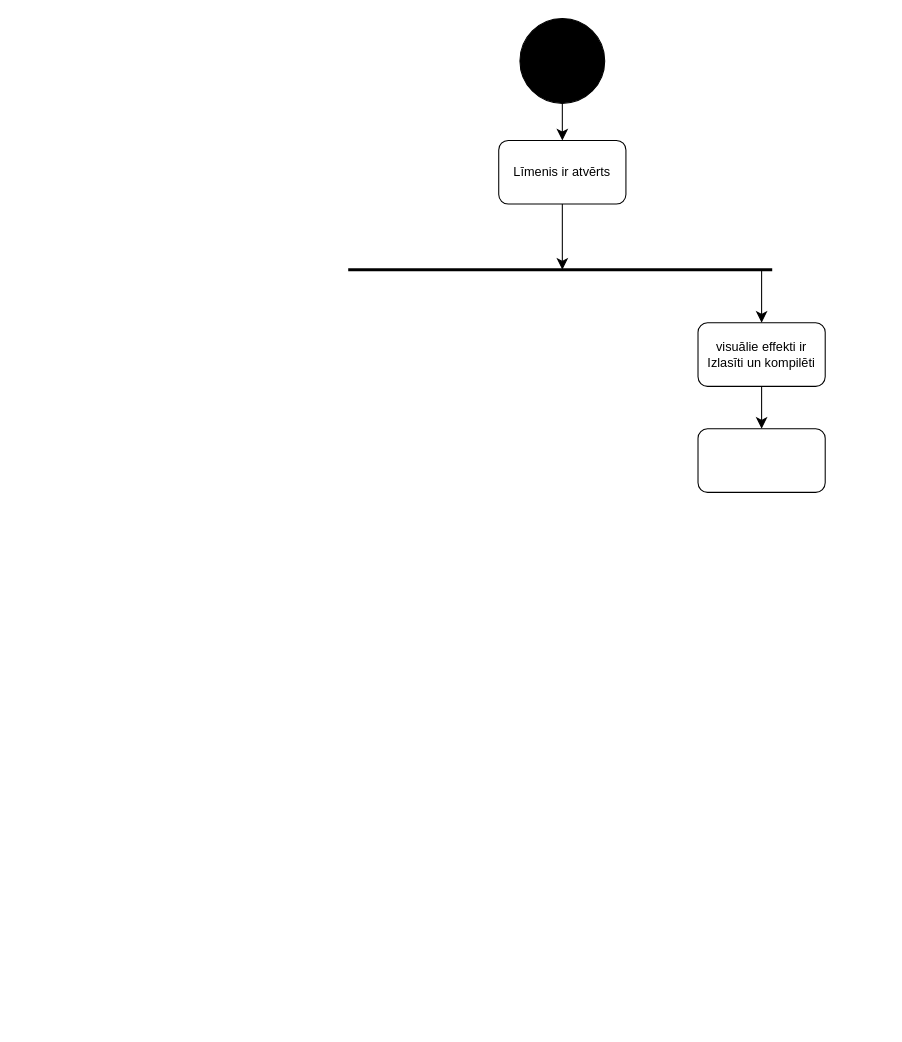
The draw.io diagram Documentation/state diagram Gameplay.drawio in kaaaaaaaaaaarl/CyberShock, before the edit. Source tidied: cells renumbered, new cells numbered last; positions are measured from the earlier drawing's top-left corner, leaving out a move shared by most shapes. Both pictures are drawn from the tidied source at 106%, with x=0, y=0 at pixel (348, 18).
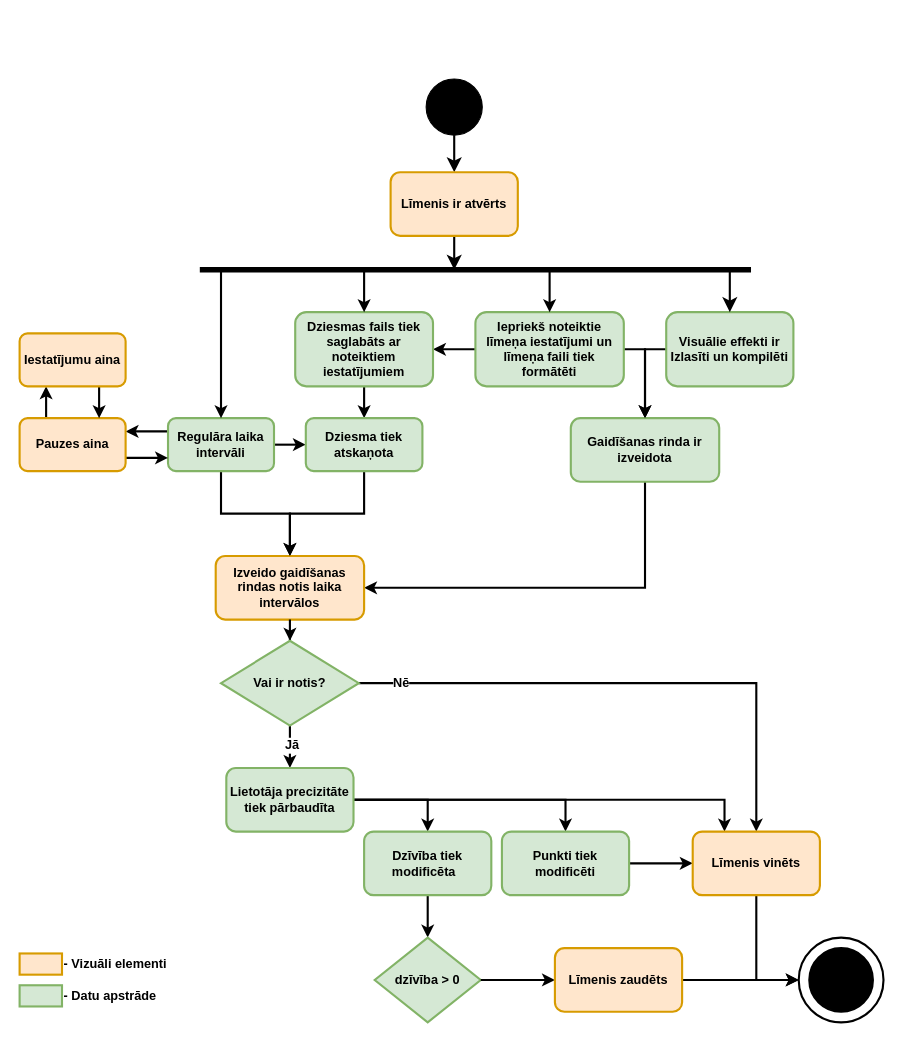
The same diagram, later.

Diff of the diagram source:
```diff
@@
-    <mxCell id="2" style="edgeStyle=none;curved=1;rounded=0;jettySize=auto;html=1;exitX=0.5;exitY=1;exitDx=0;exitDy=0;fontSize=12;startSize=8;endSize=8;" parent="1" edge="1" source="3" target="5">
+    <mxCell id="2" style="edgeStyle=none;rounded=1;jettySize=auto;html=1;exitX=0.5;exitY=1;exitDx=0;exitDy=0;fontSize=12;startSize=8;endSize=8;strokeColor=default;strokeWidth=2;align=center;verticalAlign=middle;fontFamily=Helvetica;fontColor=default;fontStyle=1;fillColor=default;" parent="1" edge="1" source="3" target="5">
       <mxGeometry relative="1" as="geometry" />
     </mxCell>
     <mxCell id="3" style="ellipse;whiteSpace=wrap;html=1;fillColor=#000000;" parent="1" vertex="1">
-      <mxGeometry x="162" width="80" height="80" as="geometry" />
+      <mxGeometry x="73.5" y="57" width="53" height="53" as="geometry" />
     </mxCell>
-    <mxCell id="4" style="edgeStyle=none;curved=1;rounded=0;jettySize=auto;html=1;exitX=0.5;exitY=1;exitDx=0;exitDy=0;fontSize=12;startSize=8;endSize=8;" parent="1" edge="1" source="5">
+    <mxCell id="4" style="edgeStyle=none;rounded=1;jettySize=auto;html=1;exitX=0.5;exitY=1;exitDx=0;exitDy=0;fontSize=12;startSize=8;endSize=8;strokeColor=default;strokeWidth=2;align=center;verticalAlign=middle;fontFamily=Helvetica;fontColor=default;fontStyle=1;fillColor=default;" parent="1" edge="1" source="5">
       <mxGeometry relative="1" as="geometry">
-        <mxPoint x="202" y="237" as="targetPoint" />
+        <mxPoint x="100" y="237" as="targetPoint" />
       </mxGeometry>
     </mxCell>
-    <mxCell id="5" value="Līmenis ir atvērts" style="rounded=1;whiteSpace=wrap;html=1;" parent="1" vertex="1">
-      <mxGeometry x="142" y="115" width="120" height="60" as="geometry" />
+    <mxCell id="5" value="Līmenis ir atvērts" style="rounded=1;whiteSpace=wrap;html=1;strokeWidth=2;fontStyle=1;strokeColor=#d79b00;align=center;verticalAlign=middle;fontFamily=Helvetica;fontSize=12;fontColor=default;fillColor=#ffe6cc;labelBackgroundColor=none;" parent="1" vertex="1">
+      <mxGeometry x="40" y="145" width="120" height="60" as="geometry" />
     </mxCell>
-    <mxCell id="6" style="endArrow=none;html=1;rounded=0;fontSize=12;startSize=8;endSize=8;curved=1;strokeWidth=3;" parent="1" edge="1">
+    <mxCell id="6" style="endArrow=none;html=1;rounded=0;fontSize=12;startSize=8;endSize=8;curved=1;strokeWidth=5;" parent="1" edge="1">
       <mxGeometry relative="1" as="geometry">
-        <mxPoint y="237" as="sourcePoint" />
-        <mxPoint x="400" y="237" as="targetPoint" />
+        <mxPoint x="-140" y="237" as="sourcePoint" />
+        <mxPoint x="380" y="237" as="targetPoint" />
       </mxGeometry>
     </mxCell>
-    <mxCell id="7" style="edgeStyle=none;curved=1;rounded=0;jettySize=auto;html=1;exitX=0.5;exitY=1;exitDx=0;exitDy=0;entryX=0.5;entryY=0;entryDx=0;entryDy=0;fontSize=12;startSize=8;endSize=8;" parent="1" edge="1" source="8" target="10">
-      <mxGeometry relative="1" as="geometry" />
-    </mxCell>
+    <mxCell id="11" style="edgeStyle=orthogonalEdgeStyle;rounded=0;jettySize=auto;html=1;exitX=0;exitY=0.5;exitDx=0;exitDy=0;strokeColor=default;strokeWidth=2;align=center;verticalAlign=middle;fontFamily=Helvetica;fontSize=12;fontColor=default;fontStyle=1;labelBackgroundColor=default;endArrow=classic;" parent="1" edge="1" source="8" target="13">
+      <mxGeometry relative="1" as="geometry" />
+    </mxCell>
-    <mxCell id="8" value="visuālie effekti ir Izlasīti un kompilēti" style="rounded=1;whiteSpace=wrap;html=1;" parent="1" vertex="1">
-      <mxGeometry x="330" y="287" width="120" height="60" as="geometry" />
+    <mxCell id="8" value="Visuālie effekti ir Izlasīti un kompilēti" style="rounded=1;whiteSpace=wrap;html=1;strokeColor=#82b366;strokeWidth=2;align=center;verticalAlign=middle;fontFamily=Helvetica;fontSize=12;fontColor=default;fontStyle=1;fillColor=#d5e8d4;labelBackgroundColor=none;" parent="1" vertex="1">
+      <mxGeometry x="300" y="277" width="120" height="70" as="geometry" />
     </mxCell>
-    <mxCell id="9" style="endArrow=classic;html=1;rounded=0;fontSize=12;startSize=8;endSize=8;curved=1;entryX=0.5;entryY=0;entryDx=0;entryDy=0;" parent="1" edge="1" target="8">
+    <mxCell id="9" style="endArrow=classic;html=1;rounded=1;fontSize=12;startSize=8;endSize=8;entryX=0.5;entryY=0;entryDx=0;entryDy=0;strokeColor=default;strokeWidth=2;align=center;verticalAlign=middle;fontFamily=Helvetica;fontColor=default;fontStyle=1;fillColor=default;" parent="1" edge="1" target="8">
       <mxGeometry relative="1" as="geometry">
-        <mxPoint x="390" y="237" as="sourcePoint" />
+        <mxPoint x="360" y="237" as="sourcePoint" />
       </mxGeometry>
     </mxCell>
-    <mxCell id="10" style="rounded=1;whiteSpace=wrap;html=1;" parent="1" vertex="1">
-      <mxGeometry x="330" y="387" width="120" height="60" as="geometry" />
-    </mxCell>
+    <mxCell id="12" style="edgeStyle=orthogonalEdgeStyle;rounded=0;jettySize=auto;html=1;exitX=0.5;exitY=1;exitDx=0;exitDy=0;strokeColor=default;strokeWidth=2;align=center;verticalAlign=middle;fontFamily=Helvetica;fontSize=12;fontColor=default;fontStyle=1;labelBackgroundColor=default;endArrow=classic;entryX=1;entryY=0.5;entryDx=0;entryDy=0;" parent="1" edge="1" source="13" target="27">
+      <mxGeometry relative="1" as="geometry" />
+    </mxCell>
+    <mxCell id="13" value="Gaidīšanas rinda ir izveidota" style="rounded=1;whiteSpace=wrap;html=1;strokeColor=#82b366;strokeWidth=2;align=center;verticalAlign=middle;fontFamily=Helvetica;fontSize=12;fontColor=default;fontStyle=1;fillColor=#d5e8d4;labelBackgroundColor=none;" parent="1" vertex="1">
+      <mxGeometry x="210" y="377" width="140" height="60" as="geometry" />
+    </mxCell>
+    <mxCell id="14" style="edgeStyle=orthogonalEdgeStyle;rounded=0;jettySize=auto;html=1;exitX=1;exitY=0.5;exitDx=0;exitDy=0;strokeColor=default;strokeWidth=2;align=center;verticalAlign=middle;fontFamily=Helvetica;fontSize=12;fontColor=default;fontStyle=1;labelBackgroundColor=default;endArrow=classic;" parent="1" edge="1" source="16" target="13">
+      <mxGeometry relative="1" as="geometry" />
+    </mxCell>
+    <mxCell id="15" style="edgeStyle=none;rounded=0;jettySize=auto;html=1;exitX=0;exitY=0.5;exitDx=0;exitDy=0;strokeColor=default;strokeWidth=2;align=center;verticalAlign=middle;fontFamily=Helvetica;fontSize=12;fontColor=default;fontStyle=1;labelBackgroundColor=default;endArrow=classic;" parent="1" edge="1" source="16" target="24">
+      <mxGeometry relative="1" as="geometry" />
+    </mxCell>
+    <mxCell id="16" value="Iepriekš noteiktie līmeņa iestatījumi un līmeņa faili tiek formātēti" style="rounded=1;whiteSpace=wrap;html=1;strokeColor=#82b366;strokeWidth=2;align=center;verticalAlign=middle;fontFamily=Helvetica;fontSize=12;fontColor=default;fontStyle=1;fillColor=#d5e8d4;labelBackgroundColor=none;" parent="1" vertex="1">
+      <mxGeometry x="120" y="277" width="140" height="70" as="geometry" />
+    </mxCell>
+    <mxCell id="17" style="endArrow=classic;html=1;rounded=0;fontFamily=Helvetica;fontSize=12;fontColor=default;fontStyle=1;entryX=0.5;entryY=0;entryDx=0;entryDy=0;strokeWidth=2;" parent="1" edge="1" target="16">
+      <mxGeometry relative="1" as="geometry">
+        <mxPoint x="190" y="237" as="sourcePoint" />
+      </mxGeometry>
+    </mxCell>
+    <mxCell id="18" style="edgeStyle=none;rounded=0;jettySize=auto;html=1;exitX=1;exitY=0.5;exitDx=0;exitDy=0;entryX=0;entryY=0.5;entryDx=0;entryDy=0;strokeColor=default;strokeWidth=2;align=center;verticalAlign=middle;fontFamily=Helvetica;fontSize=12;fontColor=default;fontStyle=1;labelBackgroundColor=default;endArrow=classic;" parent="1" edge="1" source="21" target="29">
+      <mxGeometry relative="1" as="geometry" />
+    </mxCell>
+    <mxCell id="19" style="edgeStyle=orthogonalEdgeStyle;rounded=0;jettySize=auto;html=1;exitX=0.5;exitY=1;exitDx=0;exitDy=0;strokeColor=default;strokeWidth=2;align=center;verticalAlign=middle;fontFamily=Helvetica;fontSize=12;fontColor=default;fontStyle=1;labelBackgroundColor=default;endArrow=classic;entryX=0.5;entryY=0;entryDx=0;entryDy=0;" parent="1" edge="1" source="21" target="27">
+      <mxGeometry relative="1" as="geometry" />
+    </mxCell>
+    <mxCell id="20" style="edgeStyle=none;rounded=0;jettySize=auto;html=1;exitX=0;exitY=0.25;exitDx=0;exitDy=0;entryX=1;entryY=0.25;entryDx=0;entryDy=0;strokeColor=default;strokeWidth=2;align=center;verticalAlign=middle;fontFamily=Helvetica;fontSize=12;fontColor=default;fontStyle=1;labelBackgroundColor=default;endArrow=classic;" parent="1" edge="1" source="21" target="33">
+      <mxGeometry relative="1" as="geometry" />
+    </mxCell>
+    <mxCell id="21" value="Regulāra laika intervāli" style="rounded=1;whiteSpace=wrap;html=1;strokeColor=#82b366;strokeWidth=2;align=center;verticalAlign=middle;fontFamily=Helvetica;fontSize=12;fontStyle=1;fillColor=#d5e8d4;" parent="1" vertex="1">
+      <mxGeometry x="-170" y="377" width="100" height="50" as="geometry" />
+    </mxCell>
+    <mxCell id="22" style="endArrow=classic;html=1;rounded=0;strokeColor=default;strokeWidth=2;align=center;verticalAlign=middle;fontFamily=Helvetica;fontSize=12;fontColor=default;fontStyle=1;labelBackgroundColor=default;entryX=0.5;entryY=0;entryDx=0;entryDy=0;" parent="1" edge="1" target="21">
+      <mxGeometry relative="1" as="geometry">
+        <mxPoint x="-120" y="237" as="sourcePoint" />
+      </mxGeometry>
+    </mxCell>
+    <mxCell id="23" style="edgeStyle=none;rounded=0;jettySize=auto;html=1;exitX=0.5;exitY=1;exitDx=0;exitDy=0;entryX=0.5;entryY=0;entryDx=0;entryDy=0;strokeColor=default;strokeWidth=2;align=center;verticalAlign=middle;fontFamily=Helvetica;fontSize=12;fontColor=default;fontStyle=1;labelBackgroundColor=default;endArrow=classic;" parent="1" edge="1" source="24" target="29">
+      <mxGeometry relative="1" as="geometry" />
+    </mxCell>
+    <mxCell id="24" value="Dziesmas fails tiek saglabāts ar noteiktiem iestatījumiem" style="rounded=1;whiteSpace=wrap;html=1;strokeColor=#82b366;strokeWidth=2;align=center;verticalAlign=middle;fontFamily=Helvetica;fontSize=12;fontColor=default;fontStyle=1;fillColor=#d5e8d4;labelBackgroundColor=none;" parent="1" vertex="1">
+      <mxGeometry x="-50" y="277" width="130" height="70" as="geometry" />
+    </mxCell>
+    <mxCell id="25" style="edgeStyle=orthogonalEdgeStyle;rounded=0;jettySize=auto;html=1;exitX=0.5;exitY=1;exitDx=0;exitDy=0;strokeColor=default;strokeWidth=2;align=center;verticalAlign=middle;fontFamily=Helvetica;fontSize=12;fontColor=default;fontStyle=1;labelBackgroundColor=default;endArrow=classic;" parent="1" edge="1" source="47" target="39">
+      <mxGeometry relative="1" as="geometry" />
+    </mxCell>
+    <mxCell id="26" value="Jā" style="edgeLabel;html=1;align=center;verticalAlign=middle;rounded=1;strokeColor=default;strokeWidth=2;fontFamily=Helvetica;fontSize=12;fontColor=default;fontStyle=1;labelBackgroundColor=default;fillColor=default;" parent="25" vertex="1">
+      <mxGeometry x="-0.09" y="1" relative="1" as="geometry" />
+    </mxCell>
+    <mxCell id="27" value="Izveido gaidīšanas rindas notis laika intervālos" style="rounded=1;whiteSpace=wrap;html=1;strokeColor=#d79b00;strokeWidth=2;align=center;verticalAlign=middle;fontFamily=Helvetica;fontSize=12;fontColor=default;fontStyle=1;labelBackgroundColor=none;fillColor=#ffe6cc;" parent="1" vertex="1">
+      <mxGeometry x="-125" y="507" width="140" height="60" as="geometry" />
+    </mxCell>
+    <mxCell id="28" style="edgeStyle=orthogonalEdgeStyle;rounded=0;jettySize=auto;html=1;exitX=0.5;exitY=1;exitDx=0;exitDy=0;strokeColor=default;strokeWidth=2;align=center;verticalAlign=middle;fontFamily=Helvetica;fontSize=12;fontColor=default;fontStyle=1;labelBackgroundColor=default;endArrow=classic;entryX=0.5;entryY=0;entryDx=0;entryDy=0;" parent="1" edge="1" source="29" target="27">
+      <mxGeometry relative="1" as="geometry" />
+    </mxCell>
+    <mxCell id="29" value="Dziesma tiek atskaņota" style="rounded=1;whiteSpace=wrap;html=1;strokeColor=#82b366;strokeWidth=2;align=center;verticalAlign=middle;fontFamily=Helvetica;fontSize=12;fontStyle=1;labelBackgroundColor=none;fillColor=#d5e8d4;" parent="1" vertex="1">
+      <mxGeometry x="-40" y="377" width="110" height="50" as="geometry" />
+    </mxCell>
+    <mxCell id="30" style="endArrow=classic;html=1;rounded=0;strokeColor=default;strokeWidth=2;align=center;verticalAlign=middle;fontFamily=Helvetica;fontSize=12;fontColor=default;fontStyle=1;labelBackgroundColor=default;entryX=0.5;entryY=0;entryDx=0;entryDy=0;" parent="1" edge="1" target="24">
+      <mxGeometry relative="1" as="geometry">
+        <mxPoint x="15" y="237" as="sourcePoint" />
+      </mxGeometry>
+    </mxCell>
+    <mxCell id="31" style="edgeStyle=none;rounded=0;jettySize=auto;html=1;exitX=1;exitY=0.75;exitDx=0;exitDy=0;entryX=0;entryY=0.75;entryDx=0;entryDy=0;strokeColor=default;strokeWidth=2;align=center;verticalAlign=middle;fontFamily=Helvetica;fontSize=12;fontColor=default;fontStyle=1;labelBackgroundColor=default;endArrow=classic;" parent="1" edge="1" source="33" target="21">
+      <mxGeometry relative="1" as="geometry" />
+    </mxCell>
+    <mxCell id="32" style="edgeStyle=none;rounded=0;jettySize=auto;html=1;exitX=0.25;exitY=0;exitDx=0;exitDy=0;entryX=0.25;entryY=1;entryDx=0;entryDy=0;strokeColor=default;strokeWidth=2;align=center;verticalAlign=middle;fontFamily=Helvetica;fontSize=12;fontColor=default;fontStyle=1;labelBackgroundColor=default;endArrow=classic;" parent="1" edge="1" source="33" target="35">
+      <mxGeometry relative="1" as="geometry" />
+    </mxCell>
+    <mxCell id="33" value="Pauzes aina" style="rounded=1;whiteSpace=wrap;html=1;strokeColor=#d79b00;strokeWidth=2;align=center;verticalAlign=middle;fontFamily=Helvetica;fontSize=12;fontStyle=1;labelBackgroundColor=none;fillColor=#ffe6cc;" parent="1" vertex="1">
+      <mxGeometry x="-310" y="377" width="100" height="50" as="geometry" />
+    </mxCell>
+    <mxCell id="34" style="edgeStyle=none;rounded=0;jettySize=auto;html=1;exitX=0.75;exitY=1;exitDx=0;exitDy=0;entryX=0.75;entryY=0;entryDx=0;entryDy=0;strokeColor=default;strokeWidth=2;align=center;verticalAlign=middle;fontFamily=Helvetica;fontSize=12;fontColor=default;fontStyle=1;labelBackgroundColor=default;endArrow=classic;" parent="1" edge="1" source="35" target="33">
+      <mxGeometry relative="1" as="geometry" />
+    </mxCell>
+    <mxCell id="35" value="Iestatījumu aina" style="rounded=1;whiteSpace=wrap;html=1;strokeColor=#d79b00;strokeWidth=2;align=center;verticalAlign=middle;fontFamily=Helvetica;fontSize=12;fontStyle=1;labelBackgroundColor=none;fillColor=#ffe6cc;" parent="1" vertex="1">
+      <mxGeometry x="-310" y="297" width="100" height="50" as="geometry" />
+    </mxCell>
+    <mxCell id="36" style="edgeStyle=orthogonalEdgeStyle;rounded=0;jettySize=auto;html=1;exitX=1;exitY=0.5;exitDx=0;exitDy=0;entryX=0.5;entryY=0;entryDx=0;entryDy=0;strokeColor=default;strokeWidth=2;align=center;verticalAlign=middle;fontFamily=Helvetica;fontSize=12;fontColor=default;fontStyle=1;labelBackgroundColor=default;endArrow=classic;jumpStyle=sharp;" parent="1" edge="1" source="39" target="43">
+      <mxGeometry relative="1" as="geometry" />
+    </mxCell>
+    <mxCell id="37" style="edgeStyle=orthogonalEdgeStyle;rounded=0;jettySize=auto;html=1;exitX=1;exitY=0.5;exitDx=0;exitDy=0;entryX=0.25;entryY=0;entryDx=0;entryDy=0;strokeColor=default;strokeWidth=2;align=center;verticalAlign=middle;fontFamily=Helvetica;fontSize=12;fontColor=default;fontStyle=1;labelBackgroundColor=default;endArrow=classic;" parent="1" edge="1" source="39" target="49">
+      <mxGeometry relative="1" as="geometry" />
+    </mxCell>
+    <mxCell id="38" style="edgeStyle=orthogonalEdgeStyle;rounded=0;jettySize=auto;html=1;exitX=1;exitY=0.5;exitDx=0;exitDy=0;entryX=0.5;entryY=0;entryDx=0;entryDy=0;strokeColor=default;strokeWidth=2;align=center;verticalAlign=middle;fontFamily=Helvetica;fontSize=12;fontColor=default;fontStyle=1;labelBackgroundColor=default;endArrow=classic;" parent="1" edge="1" source="39" target="41">
+      <mxGeometry relative="1" as="geometry" />
+    </mxCell>
+    <mxCell id="39" value="Lietotāja precizitāte tiek pārbaudīta" style="rounded=1;whiteSpace=wrap;html=1;strokeColor=#82b366;strokeWidth=2;align=center;verticalAlign=middle;fontFamily=Helvetica;fontSize=12;fontColor=default;fontStyle=1;labelBackgroundColor=none;fillColor=#d5e8d4;" parent="1" vertex="1">
+      <mxGeometry x="-115" y="707" width="120" height="60" as="geometry" />
+    </mxCell>
+    <mxCell id="40" style="edgeStyle=orthogonalEdgeStyle;rounded=0;jettySize=auto;html=1;exitX=1;exitY=0.5;exitDx=0;exitDy=0;entryX=0;entryY=0.5;entryDx=0;entryDy=0;strokeColor=default;strokeWidth=2;align=center;verticalAlign=middle;fontFamily=Helvetica;fontSize=12;fontColor=default;fontStyle=1;labelBackgroundColor=default;endArrow=classic;" parent="1" edge="1" source="41" target="49">
+      <mxGeometry relative="1" as="geometry" />
+    </mxCell>
+    <mxCell id="41" value="Punkti tiek modificēti" style="rounded=1;whiteSpace=wrap;html=1;strokeColor=#82b366;strokeWidth=2;align=center;verticalAlign=middle;fontFamily=Helvetica;fontSize=12;fontColor=default;fontStyle=1;labelBackgroundColor=none;fillColor=#d5e8d4;" parent="1" vertex="1">
+      <mxGeometry x="145" y="767" width="120" height="60" as="geometry" />
+    </mxCell>
+    <mxCell id="42" style="edgeStyle=none;rounded=0;jettySize=auto;html=1;exitX=0.5;exitY=1;exitDx=0;exitDy=0;entryX=0.5;entryY=0;entryDx=0;entryDy=0;strokeColor=default;strokeWidth=2;align=center;verticalAlign=middle;fontFamily=Helvetica;fontSize=12;fontColor=default;fontStyle=1;labelBackgroundColor=default;endArrow=classic;" parent="1" edge="1" source="43" target="44">
+      <mxGeometry relative="1" as="geometry" />
+    </mxCell>
+    <mxCell id="43" value="Dzīvība tiek modificēta&amp;nbsp;&amp;nbsp;" style="rounded=1;whiteSpace=wrap;html=1;strokeColor=#82b366;strokeWidth=2;align=center;verticalAlign=middle;fontFamily=Helvetica;fontSize=12;fontColor=default;fontStyle=1;labelBackgroundColor=none;fillColor=#d5e8d4;" parent="1" vertex="1">
+      <mxGeometry x="15" y="767" width="120" height="60" as="geometry" />
+    </mxCell>
+    <mxCell id="44" value="dzīvība &amp;gt; 0" style="rhombus;whiteSpace=wrap;html=1;rounded=0;strokeColor=#82b366;strokeWidth=2;align=center;verticalAlign=middle;fontFamily=Helvetica;fontSize=12;fontColor=default;fontStyle=1;labelBackgroundColor=none;fillColor=#d5e8d4;" parent="1" vertex="1">
+      <mxGeometry x="25" y="867" width="100" height="80" as="geometry" />
+    </mxCell>
+    <mxCell id="45" style="edgeStyle=orthogonalEdgeStyle;rounded=0;jettySize=auto;html=1;exitX=0.5;exitY=1;exitDx=0;exitDy=0;strokeColor=default;strokeWidth=2;align=center;verticalAlign=middle;fontFamily=Helvetica;fontSize=12;fontColor=default;fontStyle=1;labelBackgroundColor=default;endArrow=classic;" parent="1" edge="1" source="27" target="47">
+      <mxGeometry relative="1" as="geometry" />
+    </mxCell>
+    <mxCell id="46" style="edgeStyle=orthogonalEdgeStyle;rounded=0;jettySize=auto;html=1;exitX=1;exitY=0.5;exitDx=0;exitDy=0;strokeColor=default;strokeWidth=2;align=center;verticalAlign=middle;fontFamily=Helvetica;fontSize=12;fontColor=default;fontStyle=1;labelBackgroundColor=default;endArrow=classic;" parent="1" edge="1" source="47" target="49">
+      <mxGeometry relative="1" as="geometry" />
+    </mxCell>
+    <mxCell id="47" value="Vai ir notis?" style="rhombus;whiteSpace=wrap;html=1;rounded=0;strokeColor=#82b366;strokeWidth=2;align=center;verticalAlign=middle;fontFamily=Helvetica;fontSize=12;fontColor=default;fontStyle=1;labelBackgroundColor=none;fillColor=#d5e8d4;" parent="1" vertex="1">
+      <mxGeometry x="-120" y="587" width="130" height="80" as="geometry" />
+    </mxCell>
+    <mxCell id="48" style="edgeStyle=orthogonalEdgeStyle;rounded=0;jettySize=auto;html=1;exitX=0.5;exitY=1;exitDx=0;exitDy=0;entryX=0;entryY=0.5;entryDx=0;entryDy=0;strokeColor=default;strokeWidth=2;align=center;verticalAlign=middle;fontFamily=Helvetica;fontSize=12;fontColor=default;fontStyle=1;labelBackgroundColor=default;endArrow=classic;" parent="1" edge="1" source="49" target="51">
+      <mxGeometry relative="1" as="geometry" />
+    </mxCell>
+    <mxCell id="49" value="Līmenis vinēts" style="rounded=1;whiteSpace=wrap;html=1;strokeColor=#d79b00;strokeWidth=2;align=center;verticalAlign=middle;fontFamily=Helvetica;fontSize=12;fontColor=default;fontStyle=1;labelBackgroundColor=none;fillColor=#ffe6cc;" parent="1" vertex="1">
+      <mxGeometry x="325" y="767" width="120" height="60" as="geometry" />
+    </mxCell>
+    <mxCell id="50" value="Nē" style="text;html=1;align=center;verticalAlign=middle;strokeColor=none;fillColor=none;fontFamily=Helvetica;fontSize=12;fontColor=default;fontStyle=1;labelBackgroundColor=default;" parent="1" vertex="1">
+      <mxGeometry x="30" y="612" width="40" height="30" as="geometry" />
+    </mxCell>
+    <mxCell id="51" style="ellipse;whiteSpace=wrap;html=1;rounded=1;strokeColor=default;strokeWidth=2;align=center;verticalAlign=middle;fontFamily=Helvetica;fontSize=12;fontColor=default;fontStyle=1;labelBackgroundColor=default;fillColor=default;" parent="1" vertex="1">
+      <mxGeometry x="425" y="867" width="80" height="80" as="geometry" />
+    </mxCell>
+    <mxCell id="52" style="ellipse;whiteSpace=wrap;html=1;rounded=1;strokeColor=default;strokeWidth=2;align=center;verticalAlign=middle;fontFamily=Helvetica;fontSize=12;fontColor=default;fontStyle=1;labelBackgroundColor=default;fillColor=#000000;" parent="1" vertex="1">
+      <mxGeometry x="435" y="877" width="60" height="60" as="geometry" />
+    </mxCell>
+    <mxCell id="53" style="edgeStyle=orthogonalEdgeStyle;rounded=0;jettySize=auto;html=1;exitX=1;exitY=0.5;exitDx=0;exitDy=0;entryX=0;entryY=0.5;entryDx=0;entryDy=0;strokeColor=default;strokeWidth=2;align=center;verticalAlign=middle;fontFamily=Helvetica;fontSize=12;fontColor=default;fontStyle=1;labelBackgroundColor=default;endArrow=classic;" parent="1" edge="1" source="44" target="55">
+      <mxGeometry relative="1" as="geometry" />
+    </mxCell>
+    <mxCell id="54" style="edgeStyle=orthogonalEdgeStyle;rounded=0;jettySize=auto;html=1;exitX=1;exitY=0.5;exitDx=0;exitDy=0;entryX=0;entryY=0.5;entryDx=0;entryDy=0;strokeColor=default;strokeWidth=2;align=center;verticalAlign=middle;fontFamily=Helvetica;fontSize=12;fontColor=default;fontStyle=1;labelBackgroundColor=default;endArrow=classic;" parent="1" edge="1" source="55" target="51">
+      <mxGeometry relative="1" as="geometry" />
+    </mxCell>
+    <mxCell id="55" value="Līmenis zaudēts" style="rounded=1;whiteSpace=wrap;html=1;strokeColor=#d79b00;strokeWidth=2;align=center;verticalAlign=middle;fontFamily=Helvetica;fontSize=12;fontStyle=1;labelBackgroundColor=none;fillColor=#ffe6cc;" parent="1" vertex="1">
+      <mxGeometry x="195" y="877" width="120" height="60" as="geometry" />
+    </mxCell>
+    <mxCell id="56" style="rounded=0;whiteSpace=wrap;html=1;strokeColor=#82b366;strokeWidth=2;align=center;verticalAlign=middle;fontFamily=Helvetica;fontSize=12;fontStyle=1;labelBackgroundColor=default;fillColor=#d5e8d4;" parent="1" vertex="1">
+      <mxGeometry x="-310" y="912" width="40" height="20" as="geometry" />
+    </mxCell>
+    <mxCell id="57" style="rounded=0;whiteSpace=wrap;html=1;strokeColor=#d79b00;strokeWidth=2;align=center;verticalAlign=middle;fontFamily=Helvetica;fontSize=12;fontStyle=1;labelBackgroundColor=default;fillColor=#ffe6cc;" parent="1" vertex="1">
+      <mxGeometry x="-310" y="882" width="40" height="20" as="geometry" />
+    </mxCell>
+    <mxCell id="58" value="- Vizuāli elementi" style="text;html=1;align=left;verticalAlign=middle;strokeColor=none;fillColor=none;fontFamily=Helvetica;fontSize=12;fontColor=default;fontStyle=1;labelBackgroundColor=default;" parent="1" vertex="1">
+      <mxGeometry x="-270" y="877" width="110" height="30" as="geometry" />
+    </mxCell>
+    <mxCell id="59" value="- Datu apstrāde" style="text;html=1;align=left;verticalAlign=middle;strokeColor=none;fillColor=none;fontFamily=Helvetica;fontSize=12;fontColor=default;fontStyle=1;labelBackgroundColor=default;" parent="1" vertex="1">
+      <mxGeometry x="-270" y="907" width="110" height="30" as="geometry" />
+    </mxCell>
```
